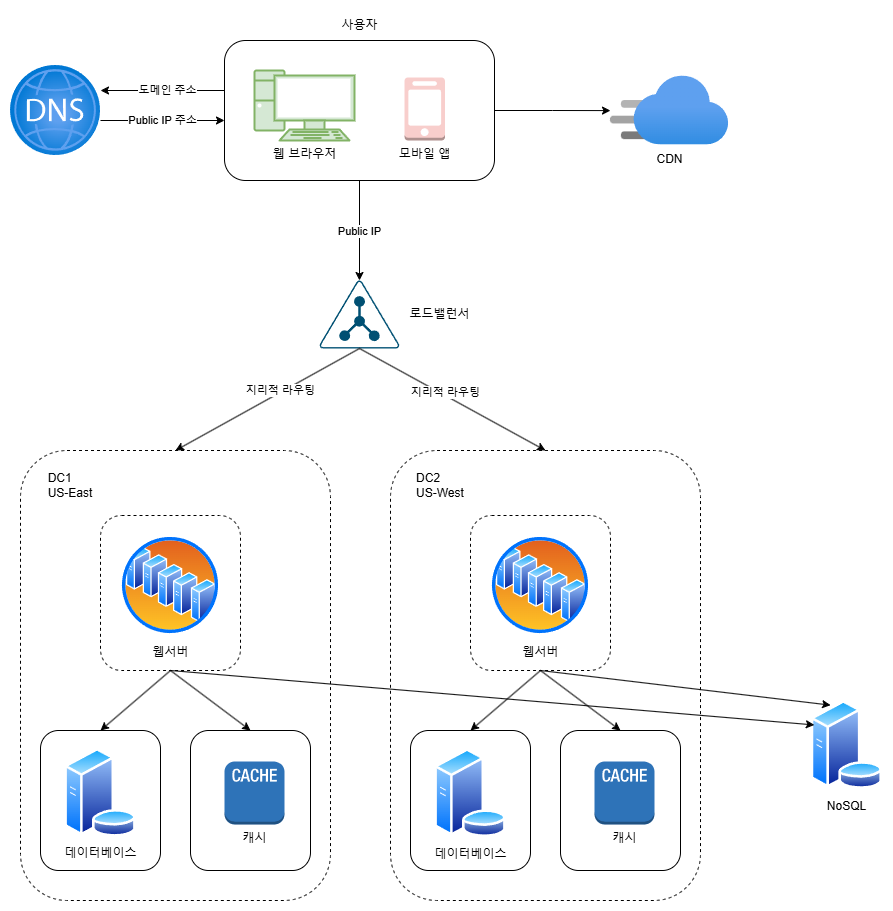
This is drawio/데이터센터.drawio.png from aquaheyday/System-Design-Hub, a draw.io export, as it was before one commit. Source tidied: cells renumbered, new cells last; positions are measured from the earlier drawing's top-left corner, leaving out a move shared by most shapes. The source it was exported from:
```xml
<mxGraphModel>
  <root>
    <mxCell id="0" />
    <mxCell id="1" parent="0" />
    <mxCell id="2" style="edgeStyle=orthogonalEdgeStyle;rounded=0;jettySize=auto;html=1;" parent="1" edge="1" source="7" target="10">
      <mxGeometry relative="1" as="geometry" />
    </mxCell>
    <mxCell id="3" value="Public IP" style="edgeLabel;html=1;align=center;verticalAlign=middle;" parent="2" vertex="1">
      <mxGeometry y="-1" relative="1" as="geometry" />
    </mxCell>
    <mxCell id="4" style="edgeStyle=orthogonalEdgeStyle;rounded=0;orthogonalLoop=1;jettySize=auto;html=1;" parent="1" edge="1">
      <mxGeometry relative="1" as="geometry">
        <mxPoint x="214" y="80" as="sourcePoint" />
        <mxPoint x="90" y="80" as="targetPoint" />
      </mxGeometry>
    </mxCell>
    <mxCell id="5" value="도메인 주소" style="edgeLabel;html=1;align=center;verticalAlign=middle;" parent="4" vertex="1">
      <mxGeometry x="-0.06" y="-1" relative="1" as="geometry" />
    </mxCell>
    <mxCell id="6" style="edgeStyle=orthogonalEdgeStyle;rounded=0;jettySize=auto;html=1;fillColor=#f8cecc;strokeColor=#000000;" parent="1" edge="1" source="7" target="15">
      <mxGeometry relative="1" as="geometry" />
    </mxCell>
    <mxCell id="7" style="rounded=1;whiteSpace=wrap;html=1;" parent="1" vertex="1">
      <mxGeometry x="214" y="30" width="270" height="140" as="geometry" />
    </mxCell>
    <mxCell id="8" value="&lt;font&gt;웹 브라우저&lt;/font&gt;" style="verticalAlign=top;verticalLabelPosition=bottom;labelPosition=center;align=center;html=1;gradientDirection=north;strokeWidth=1;shape=mxgraph.networks.pc;fillColor=#d5e8d4;strokeColor=#82b366;" parent="1" vertex="1">
      <mxGeometry x="244" y="60" width="100" height="70" as="geometry" />
    </mxCell>
    <mxCell id="9" value="모바일 앱" style="dashed=0;verticalLabelPosition=bottom;verticalAlign=top;align=center;html=1;shape=mxgraph.aws3.mobile_client;fillColor=#f8cecc;strokeColor=#b85450;" parent="1" vertex="1">
      <mxGeometry x="394" y="67" width="40.5" height="63" as="geometry" />
    </mxCell>
    <mxCell id="10" style="points=[[0.5,0,0],[0.765,0.48,0],[0.99,0.98,0],[0.5,1,0],[0.01,0.98,0],[0.235,0.48,0]];verticalLabelPosition=bottom;sketch=0;html=1;verticalAlign=top;align=center;shape=mxgraph.cisco19.ldap;fillColor=#005073;strokeColor=none;" parent="1" vertex="1">
      <mxGeometry x="309" y="270" width="80" height="68" as="geometry" />
    </mxCell>
    <mxCell id="11" value="Public IP 주소" style="edgeStyle=orthogonalEdgeStyle;rounded=0;orthogonalLoop=1;jettySize=auto;html=1;" parent="1" edge="1">
      <mxGeometry relative="1" as="geometry">
        <mxPoint x="90" y="110" as="sourcePoint" />
        <mxPoint x="214" y="110" as="targetPoint" />
      </mxGeometry>
    </mxCell>
    <mxCell id="12" style="image;html=1;align=center;fontSize=12;image=img/lib/azure2/networking/DNS_Zones.svg;" parent="1" vertex="1">
      <mxGeometry y="55" width="90" height="90" as="geometry" />
    </mxCell>
    <mxCell id="13" value="로드밸런서" style="text;html=1;align=center;verticalAlign=middle;strokeColor=none;fillColor=none;" parent="1" vertex="1">
      <mxGeometry x="389" y="289" width="80" height="30" as="geometry" />
    </mxCell>
    <mxCell id="14" value="사용자" style="text;html=1;align=center;verticalAlign=middle;strokeColor=none;fillColor=none;" parent="1" vertex="1">
      <mxGeometry x="319" width="60" height="30" as="geometry" />
    </mxCell>
    <mxCell id="15" value="CDN" style="image;html=1;points=[];align=center;fontSize=12;image=img/lib/azure2/app_services/CDN_Profiles.svg;" parent="1" vertex="1">
      <mxGeometry x="600" y="65.2" width="118.2" height="69.5" as="geometry" />
    </mxCell>
    <mxCell id="16" value="NoSQL" style="image;perimeter=ellipsePerimeter;html=1;align=center;shadow=0;dashed=0;spacingTop=3;image=img/lib/active_directory/database_server.svg;" parent="1" vertex="1">
      <mxGeometry x="800" y="690" width="72.7" height="88.7" as="geometry" />
    </mxCell>
    <mxCell id="17" style="rounded=1;whiteSpace=wrap;html=1;dashed=1;" parent="1" vertex="1">
      <mxGeometry x="10" y="440" width="310" height="450" as="geometry" />
    </mxCell>
    <mxCell id="18" style="rounded=1;whiteSpace=wrap;html=1;dashed=1;" parent="1" vertex="1">
      <mxGeometry x="90" y="505" width="140" height="155" as="geometry" />
    </mxCell>
    <mxCell id="19" value="웹서버" style="image;perimeter=ellipsePerimeter;html=1;align=center;shadow=0;dashed=0;spacingTop=3;image=img/lib/active_directory/server_farm.svg;" parent="1" vertex="1">
      <mxGeometry x="110" y="525" width="100" height="100" as="geometry" />
    </mxCell>
    <mxCell id="20" style="rounded=1;whiteSpace=wrap;html=1;" parent="1" vertex="1">
      <mxGeometry x="30" y="720" width="120" height="140" as="geometry" />
    </mxCell>
    <mxCell id="21" value="데이터베이스" style="image;perimeter=ellipsePerimeter;html=1;align=center;shadow=0;dashed=0;spacingTop=3;image=img/lib/active_directory/database_server.svg;" parent="1" vertex="1">
      <mxGeometry x="53.6" y="737.8" width="72.7" height="88.7" as="geometry" />
    </mxCell>
    <mxCell id="22" style="rounded=1;whiteSpace=wrap;html=1;" parent="1" vertex="1">
      <mxGeometry x="180" y="720" width="120" height="140" as="geometry" />
    </mxCell>
    <mxCell id="23" value="캐시" style="dashed=0;verticalLabelPosition=bottom;verticalAlign=top;align=center;html=1;shape=mxgraph.aws3.cache_node;fillColor=#2E73B8;gradientColor=none;" parent="1" vertex="1">
      <mxGeometry x="214" y="751" width="60" height="63" as="geometry" />
    </mxCell>
    <mxCell id="24" style="rounded=1;whiteSpace=wrap;html=1;dashed=1;" parent="1" vertex="1">
      <mxGeometry x="380" y="440" width="310" height="450" as="geometry" />
    </mxCell>
    <mxCell id="25" style="rounded=1;whiteSpace=wrap;html=1;dashed=1;" parent="1" vertex="1">
      <mxGeometry x="460" y="505" width="140" height="155" as="geometry" />
    </mxCell>
    <mxCell id="26" value="웹서버" style="image;perimeter=ellipsePerimeter;html=1;align=center;shadow=0;dashed=0;spacingTop=3;image=img/lib/active_directory/server_farm.svg;" parent="1" vertex="1">
      <mxGeometry x="480" y="525" width="100" height="100" as="geometry" />
    </mxCell>
    <mxCell id="27" style="rounded=1;whiteSpace=wrap;html=1;" parent="1" vertex="1">
      <mxGeometry x="400" y="720" width="120" height="140" as="geometry" />
    </mxCell>
    <mxCell id="28" value="데이터베이스" style="image;perimeter=ellipsePerimeter;html=1;align=center;shadow=0;dashed=0;spacingTop=3;image=img/lib/active_directory/database_server.svg;" parent="1" vertex="1">
      <mxGeometry x="423.6" y="738.2" width="72.7" height="88.7" as="geometry" />
    </mxCell>
    <mxCell id="29" style="rounded=1;whiteSpace=wrap;html=1;" parent="1" vertex="1">
      <mxGeometry x="550" y="720" width="120" height="140" as="geometry" />
    </mxCell>
    <mxCell id="30" value="캐시" style="dashed=0;verticalLabelPosition=bottom;verticalAlign=top;align=center;html=1;shape=mxgraph.aws3.cache_node;fillColor=#2E73B8;gradientColor=none;" parent="1" vertex="1">
      <mxGeometry x="584" y="751" width="60" height="63" as="geometry" />
    </mxCell>
    <mxCell id="31" style="endArrow=classic;html=1;rounded=0;exitX=0.5;exitY=1;exitDx=0;exitDy=0;exitPerimeter=0;entryX=0.5;entryY=0;entryDx=0;entryDy=0;" parent="1" edge="1" source="10" target="24">
      <mxGeometry relative="1" as="geometry" />
    </mxCell>
    <mxCell id="32" value="지리적 라우팅" style="edgeLabel;html=1;align=center;verticalAlign=middle;" parent="31" vertex="1">
      <mxGeometry x="-0.06" y="-2" relative="1" as="geometry">
        <mxPoint y="-6" as="offset" />
      </mxGeometry>
    </mxCell>
    <mxCell id="33" style="endArrow=classic;html=1;rounded=0;exitX=0.5;exitY=1;exitDx=0;exitDy=0;exitPerimeter=0;entryX=0.5;entryY=0;entryDx=0;entryDy=0;" parent="1" edge="1" source="10" target="17">
      <mxGeometry relative="1" as="geometry" />
    </mxCell>
    <mxCell id="34" value="지리적 라우팅" style="edgeLabel;html=1;align=center;verticalAlign=middle;" parent="33" vertex="1">
      <mxGeometry x="-0.14" y="-2" relative="1" as="geometry" />
    </mxCell>
    <mxCell id="35" style="endArrow=classic;html=1;rounded=0;exitX=0.5;exitY=1;exitDx=0;exitDy=0;entryX=0.5;entryY=0;entryDx=0;entryDy=0;" parent="1" edge="1" source="18" target="20">
      <mxGeometry relative="1" as="geometry" />
    </mxCell>
    <mxCell id="36" style="endArrow=classic;html=1;rounded=0;exitX=0.5;exitY=1;exitDx=0;exitDy=0;entryX=0.5;entryY=0;entryDx=0;entryDy=0;" parent="1" edge="1" source="18" target="22">
      <mxGeometry relative="1" as="geometry" />
    </mxCell>
    <mxCell id="37" style="endArrow=classic;html=1;rounded=0;exitX=0.5;exitY=1;exitDx=0;exitDy=0;entryX=0.5;entryY=0;entryDx=0;entryDy=0;" parent="1" edge="1" source="25" target="27">
      <mxGeometry relative="1" as="geometry" />
    </mxCell>
    <mxCell id="38" style="endArrow=classic;html=1;rounded=0;exitX=0.5;exitY=1;exitDx=0;exitDy=0;entryX=0.5;entryY=0;entryDx=0;entryDy=0;" parent="1" edge="1" source="25" target="29">
      <mxGeometry relative="1" as="geometry" />
    </mxCell>
    <mxCell id="39" style="endArrow=classic;html=1;rounded=0;entryX=0;entryY=0.25;entryDx=0;entryDy=0;" parent="1" edge="1" target="16">
      <mxGeometry relative="1" as="geometry">
        <mxPoint x="160" y="660" as="sourcePoint" />
      </mxGeometry>
    </mxCell>
    <mxCell id="40" style="endArrow=classic;html=1;rounded=0;entryX=0.25;entryY=0;entryDx=0;entryDy=0;" parent="1" edge="1" target="16">
      <mxGeometry relative="1" as="geometry">
        <mxPoint x="530" y="660" as="sourcePoint" />
      </mxGeometry>
    </mxCell>
    <mxCell id="41" value="&lt;div style=&quot;text-align: left;&quot;&gt;&lt;span style=&quot;background-color: transparent; color: light-dark(rgb(0, 0, 0), rgb(255, 255, 255));&quot;&gt;DC2&lt;/span&gt;&lt;/div&gt;&lt;div&gt;US-West&lt;/div&gt;" style="text;html=1;align=center;verticalAlign=middle;whiteSpace=wrap;rounded=0;" parent="1" vertex="1">
      <mxGeometry x="400" y="460" width="60" height="30" as="geometry" />
    </mxCell>
    <mxCell id="42" value="&lt;div style=&quot;text-align: left;&quot;&gt;&lt;span style=&quot;background-color: transparent; color: light-dark(rgb(0, 0, 0), rgb(255, 255, 255));&quot;&gt;DC1&lt;/span&gt;&lt;/div&gt;&lt;div&gt;US-East&lt;/div&gt;" style="text;html=1;align=center;verticalAlign=middle;whiteSpace=wrap;rounded=0;" parent="1" vertex="1">
      <mxGeometry x="30" y="460" width="60" height="30" as="geometry" />
    </mxCell>
  </root>
</mxGraphModel>
```
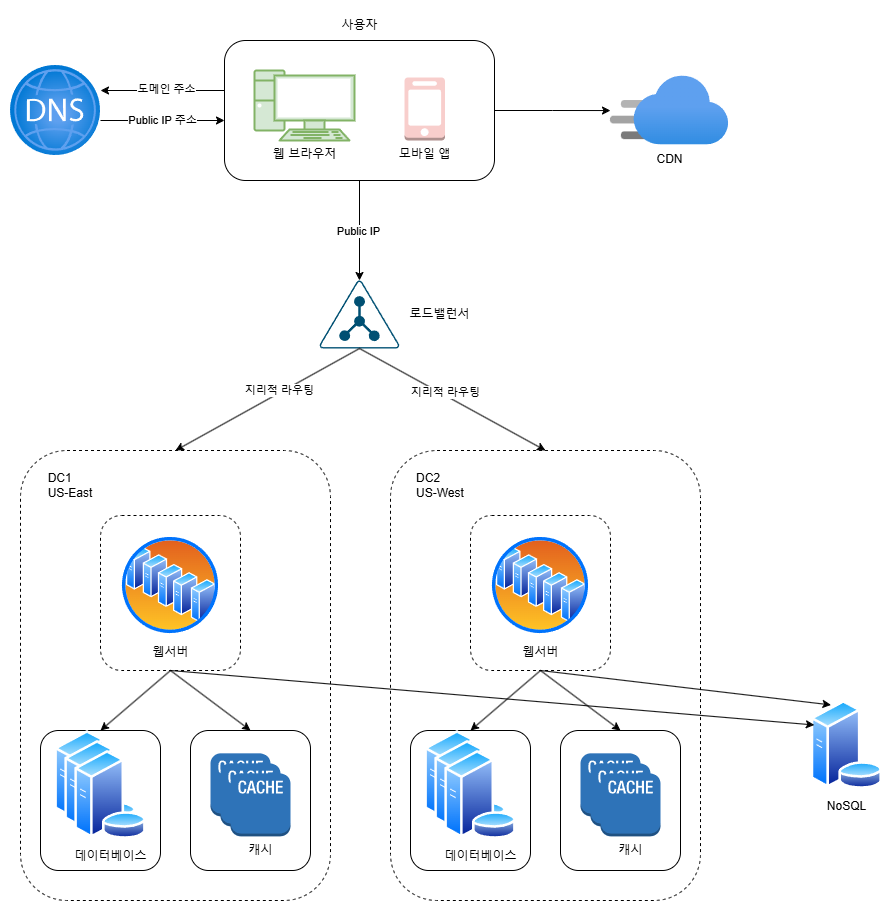
Above is the later version.

Commit message:
데이터센터.drawio.png이 추가되었습니다.

Change to the diagram source:
```diff
@@ -65,14 +65,14 @@
     <mxCell id="20" style="rounded=1;whiteSpace=wrap;html=1;" parent="1" vertex="1">
       <mxGeometry x="30" y="720" width="120" height="140" as="geometry" />
     </mxCell>
-    <mxCell id="21" value="데이터베이스" style="image;perimeter=ellipsePerimeter;html=1;align=center;shadow=0;dashed=0;spacingTop=3;image=img/lib/active_directory/database_server.svg;" parent="1" vertex="1">
-      <mxGeometry x="53.6" y="737.8" width="72.7" height="88.7" as="geometry" />
+    <mxCell id="21" style="image;perimeter=ellipsePerimeter;html=1;align=center;shadow=0;dashed=0;spacingTop=3;image=img/lib/active_directory/database_server.svg;" parent="1" vertex="1">
+      <mxGeometry x="43.6" y="720" width="72.7" height="88.7" as="geometry" />
     </mxCell>
     <mxCell id="22" style="rounded=1;whiteSpace=wrap;html=1;" parent="1" vertex="1">
       <mxGeometry x="180" y="720" width="120" height="140" as="geometry" />
     </mxCell>
-    <mxCell id="23" value="캐시" style="dashed=0;verticalLabelPosition=bottom;verticalAlign=top;align=center;html=1;shape=mxgraph.aws3.cache_node;fillColor=#2E73B8;gradientColor=none;" parent="1" vertex="1">
-      <mxGeometry x="214" y="751" width="60" height="63" as="geometry" />
+    <mxCell id="23" style="dashed=0;verticalLabelPosition=bottom;verticalAlign=top;align=center;html=1;shape=mxgraph.aws3.cache_node;fillColor=#2E73B8;gradientColor=none;" parent="1" vertex="1">
+      <mxGeometry x="200" y="742.8" width="60" height="63" as="geometry" />
     </mxCell>
     <mxCell id="24" style="rounded=1;whiteSpace=wrap;html=1;dashed=1;" parent="1" vertex="1">
       <mxGeometry x="380" y="440" width="310" height="450" as="geometry" />
@@ -86,14 +86,11 @@
     <mxCell id="27" style="rounded=1;whiteSpace=wrap;html=1;" parent="1" vertex="1">
       <mxGeometry x="400" y="720" width="120" height="140" as="geometry" />
     </mxCell>
-    <mxCell id="28" value="데이터베이스" style="image;perimeter=ellipsePerimeter;html=1;align=center;shadow=0;dashed=0;spacingTop=3;image=img/lib/active_directory/database_server.svg;" parent="1" vertex="1">
-      <mxGeometry x="423.6" y="738.2" width="72.7" height="88.7" as="geometry" />
-    </mxCell>
     <mxCell id="29" style="rounded=1;whiteSpace=wrap;html=1;" parent="1" vertex="1">
       <mxGeometry x="550" y="720" width="120" height="140" as="geometry" />
     </mxCell>
-    <mxCell id="30" value="캐시" style="dashed=0;verticalLabelPosition=bottom;verticalAlign=top;align=center;html=1;shape=mxgraph.aws3.cache_node;fillColor=#2E73B8;gradientColor=none;" parent="1" vertex="1">
-      <mxGeometry x="584" y="751" width="60" height="63" as="geometry" />
+    <mxCell id="30" style="dashed=0;verticalLabelPosition=bottom;verticalAlign=top;align=center;html=1;shape=mxgraph.aws3.cache_node;fillColor=#2E73B8;gradientColor=none;" parent="1" vertex="1">
+      <mxGeometry x="570" y="742.8" width="60" height="63" as="geometry" />
     </mxCell>
     <mxCell id="31" style="endArrow=classic;html=1;rounded=0;exitX=0.5;exitY=1;exitDx=0;exitDy=0;exitPerimeter=0;entryX=0.5;entryY=0;entryDx=0;entryDy=0;" parent="1" edge="1" source="10" target="24">
       <mxGeometry relative="1" as="geometry" />
@@ -137,5 +134,32 @@
     <mxCell id="42" value="&lt;div style=&quot;text-align: left;&quot;&gt;&lt;span style=&quot;background-color: transparent; color: light-dark(rgb(0, 0, 0), rgb(255, 255, 255));&quot;&gt;DC1&lt;/span&gt;&lt;/div&gt;&lt;div&gt;US-East&lt;/div&gt;" style="text;html=1;align=center;verticalAlign=middle;whiteSpace=wrap;rounded=0;" parent="1" vertex="1">
       <mxGeometry x="30" y="460" width="60" height="30" as="geometry" />
     </mxCell>
+    <mxCell id="43" style="image;perimeter=ellipsePerimeter;html=1;align=center;shadow=0;dashed=0;spacingTop=3;image=img/lib/active_directory/database_server.svg;" parent="1" vertex="1">
+      <mxGeometry x="53.6" y="730" width="72.7" height="88.7" as="geometry" />
+    </mxCell>
+    <mxCell id="44" value="데이터베이스" style="image;perimeter=ellipsePerimeter;html=1;align=center;shadow=0;dashed=0;spacingTop=3;image=img/lib/active_directory/database_server.svg;" parent="1" vertex="1">
+      <mxGeometry x="63.6" y="740" width="72.7" height="88.7" as="geometry" />
+    </mxCell>
+    <mxCell id="45" style="dashed=0;verticalLabelPosition=bottom;verticalAlign=top;align=center;html=1;shape=mxgraph.aws3.cache_node;fillColor=#2E73B8;gradientColor=none;" parent="1" vertex="1">
+      <mxGeometry x="210" y="752.8" width="60" height="63" as="geometry" />
+    </mxCell>
+    <mxCell id="46" value="캐시" style="dashed=0;verticalLabelPosition=bottom;verticalAlign=top;align=center;html=1;shape=mxgraph.aws3.cache_node;fillColor=#2E73B8;gradientColor=none;" parent="1" vertex="1">
+      <mxGeometry x="220" y="762.8" width="60" height="63" as="geometry" />
+    </mxCell>
+    <mxCell id="47" style="image;perimeter=ellipsePerimeter;html=1;align=center;shadow=0;dashed=0;spacingTop=3;image=img/lib/active_directory/database_server.svg;" parent="1" vertex="1">
+      <mxGeometry x="413.6" y="720" width="72.7" height="88.7" as="geometry" />
+    </mxCell>
+    <mxCell id="48" style="image;perimeter=ellipsePerimeter;html=1;align=center;shadow=0;dashed=0;spacingTop=3;image=img/lib/active_directory/database_server.svg;" parent="1" vertex="1">
+      <mxGeometry x="423.6" y="730" width="72.7" height="88.7" as="geometry" />
+    </mxCell>
+    <mxCell id="49" value="데이터베이스" style="image;perimeter=ellipsePerimeter;html=1;align=center;shadow=0;dashed=0;spacingTop=3;image=img/lib/active_directory/database_server.svg;" parent="1" vertex="1">
+      <mxGeometry x="433.6" y="740" width="72.7" height="88.7" as="geometry" />
+    </mxCell>
+    <mxCell id="50" style="dashed=0;verticalLabelPosition=bottom;verticalAlign=top;align=center;html=1;shape=mxgraph.aws3.cache_node;fillColor=#2E73B8;gradientColor=none;" parent="1" vertex="1">
+      <mxGeometry x="580" y="752.8" width="60" height="63" as="geometry" />
+    </mxCell>
+    <mxCell id="51" value="캐시" style="dashed=0;verticalLabelPosition=bottom;verticalAlign=top;align=center;html=1;shape=mxgraph.aws3.cache_node;fillColor=#2E73B8;gradientColor=none;" parent="1" vertex="1">
+      <mxGeometry x="590" y="762.8" width="60" height="63" as="geometry" />
+    </mxCell>
   </root>
 </mxGraphModel>
```
